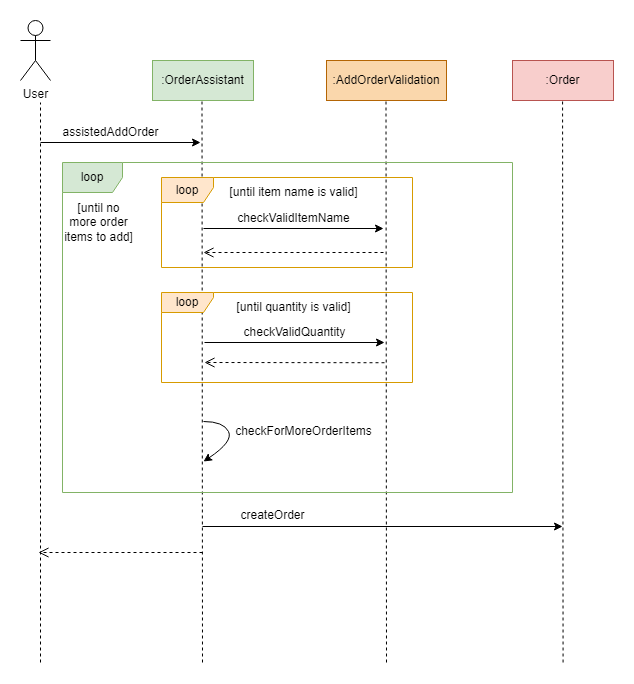
This is docs/images/developersGuide/AssistedAddOrder.png from yuanners/tp, a draw.io export, as it was before one commit. Source tidied: cells renumbered, new cells last; positions are measured from the earlier drawing's top-left corner, leaving out a move shared by most shapes. The source it was exported from:
```xml
<mxGraphModel>
  <root>
    <mxCell id="0" />
    <mxCell id="1" parent="0" />
    <mxCell id="2" value="User&lt;br&gt;" style="shape=umlActor;verticalLabelPosition=bottom;verticalAlign=top;html=1;" parent="1" vertex="1">
      <mxGeometry width="30" height="60" as="geometry" />
    </mxCell>
    <mxCell id="3" style="endArrow=none;dashed=1;html=1;rounded=0;" parent="1" edge="1">
      <mxGeometry relative="1" as="geometry">
        <mxPoint x="20" y="642" as="sourcePoint" />
        <mxPoint x="20" y="82" as="targetPoint" />
      </mxGeometry>
    </mxCell>
    <mxCell id="4" style="endArrow=classic;html=1;rounded=0;" parent="1" edge="1">
      <mxGeometry relative="1" as="geometry">
        <mxPoint x="20" y="122" as="sourcePoint" />
        <mxPoint x="180" y="122" as="targetPoint" />
      </mxGeometry>
    </mxCell>
    <mxCell id="5" value="assistedAddOrder" style="text;html=1;align=center;verticalAlign=middle;strokeColor=none;fillColor=none;" parent="1" vertex="1">
      <mxGeometry x="30" y="97" width="120" height="30" as="geometry" />
    </mxCell>
    <mxCell id="6" value=":OrderAssistant" style="rounded=0;whiteSpace=wrap;html=1;fillColor=#d5e8d4;strokeColor=#82b366;" parent="1" vertex="1">
      <mxGeometry x="132" y="40" width="101" height="40" as="geometry" />
    </mxCell>
    <mxCell id="7" style="endArrow=none;dashed=1;html=1;rounded=0;" parent="1" edge="1">
      <mxGeometry relative="1" as="geometry">
        <mxPoint x="182" y="642" as="sourcePoint" />
        <mxPoint x="181.5" y="80" as="targetPoint" />
      </mxGeometry>
    </mxCell>
    <mxCell id="8" value=":AddOrderValidation" style="rounded=0;whiteSpace=wrap;html=1;fillColor=#fad7ac;strokeColor=#b46504;" parent="1" vertex="1">
      <mxGeometry x="306" y="40" width="120" height="40" as="geometry" />
    </mxCell>
    <mxCell id="9" style="endArrow=none;dashed=1;html=1;rounded=0;" parent="1" edge="1">
      <mxGeometry relative="1" as="geometry">
        <mxPoint x="366" y="642" as="sourcePoint" />
        <mxPoint x="365.5" y="80" as="targetPoint" />
      </mxGeometry>
    </mxCell>
    <mxCell id="10" style="endArrow=classic;html=1;rounded=0;" parent="1" edge="1">
      <mxGeometry relative="1" as="geometry">
        <mxPoint x="183" y="208" as="sourcePoint" />
        <mxPoint x="363" y="208" as="targetPoint" />
      </mxGeometry>
    </mxCell>
    <mxCell id="11" value="checkValidItemName" style="text;html=1;align=center;verticalAlign=middle;strokeColor=none;fillColor=none;" parent="1" vertex="1">
      <mxGeometry x="203" y="183" width="140" height="30" as="geometry" />
    </mxCell>
    <mxCell id="12" style="endArrow=classic;html=1;rounded=0;" parent="1" edge="1">
      <mxGeometry relative="1" as="geometry">
        <mxPoint x="184" y="322" as="sourcePoint" />
        <mxPoint x="364" y="322" as="targetPoint" />
      </mxGeometry>
    </mxCell>
    <mxCell id="13" value="checkValidQuantity" style="text;html=1;align=center;verticalAlign=middle;strokeColor=none;fillColor=none;" parent="1" vertex="1">
      <mxGeometry x="209" y="297" width="130" height="30" as="geometry" />
    </mxCell>
    <mxCell id="14" style="curved=1;endArrow=classic;html=1;rounded=0;" parent="1" edge="1">
      <mxGeometry relative="1" as="geometry">
        <mxPoint x="183" y="401" as="sourcePoint" />
        <mxPoint x="183" y="441" as="targetPoint" />
        <Array as="points">
          <mxPoint x="203" y="401" />
          <mxPoint x="213" y="421" />
        </Array>
      </mxGeometry>
    </mxCell>
    <mxCell id="15" value="checkForMoreOrderItems" style="text;html=1;align=center;verticalAlign=middle;strokeColor=none;fillColor=none;" parent="1" vertex="1">
      <mxGeometry x="203" y="396" width="160" height="30" as="geometry" />
    </mxCell>
    <mxCell id="16" value="loop" style="shape=umlFrame;whiteSpace=wrap;html=1;fillColor=#d5e8d4;strokeColor=#82b366;" parent="1" vertex="1">
      <mxGeometry x="42" y="142" width="450" height="330" as="geometry" />
    </mxCell>
    <mxCell id="17" value="[until no &lt;br&gt;more order &lt;br&gt;items to add]" style="text;html=1;align=center;verticalAlign=middle;strokeColor=none;fillColor=none;" parent="1" vertex="1">
      <mxGeometry x="33" y="172" width="90" height="60" as="geometry" />
    </mxCell>
    <mxCell id="18" value="loop" style="shape=umlFrame;whiteSpace=wrap;html=1;width=52;height=25;fillColor=#ffe6cc;strokeColor=#d79b00;" parent="1" vertex="1">
      <mxGeometry x="141" y="157" width="251" height="90" as="geometry" />
    </mxCell>
    <mxCell id="19" value="[until item name is valid]" style="text;html=1;align=center;verticalAlign=middle;strokeColor=none;fillColor=none;" parent="1" vertex="1">
      <mxGeometry x="198" y="157" width="150" height="30" as="geometry" />
    </mxCell>
    <mxCell id="20" value="loop" style="shape=umlFrame;whiteSpace=wrap;html=1;width=52;height=20;fillColor=#ffe6cc;strokeColor=#d79b00;" parent="1" vertex="1">
      <mxGeometry x="141" y="272" width="251" height="90" as="geometry" />
    </mxCell>
    <mxCell id="21" value="[until quantity is valid]" style="text;html=1;align=center;verticalAlign=middle;strokeColor=none;fillColor=none;" parent="1" vertex="1">
      <mxGeometry x="203" y="272" width="140" height="30" as="geometry" />
    </mxCell>
    <mxCell id="22" style="html=1;verticalAlign=bottom;endArrow=open;dashed=1;endSize=8;edgeStyle=elbowEdgeStyle;elbow=vertical;curved=0;rounded=0;" parent="1" edge="1">
      <mxGeometry relative="1" as="geometry">
        <mxPoint x="363" y="232" as="sourcePoint" />
        <mxPoint x="183" y="232" as="targetPoint" />
      </mxGeometry>
    </mxCell>
    <mxCell id="23" style="html=1;verticalAlign=bottom;endArrow=open;dashed=1;endSize=8;edgeStyle=elbowEdgeStyle;elbow=vertical;curved=0;rounded=0;" parent="1" edge="1">
      <mxGeometry relative="1" as="geometry">
        <mxPoint x="364" y="342.2" as="sourcePoint" />
        <mxPoint x="184" y="342.2" as="targetPoint" />
      </mxGeometry>
    </mxCell>
    <mxCell id="24" value=":Order" style="rounded=0;whiteSpace=wrap;html=1;fillColor=#f8cecc;strokeColor=#b85450;" parent="1" vertex="1">
      <mxGeometry x="492" y="40" width="101" height="40" as="geometry" />
    </mxCell>
    <mxCell id="25" style="endArrow=none;dashed=1;html=1;rounded=0;" parent="1" edge="1">
      <mxGeometry relative="1" as="geometry">
        <mxPoint x="542.6" y="642" as="sourcePoint" />
        <mxPoint x="542.1" y="80" as="targetPoint" />
      </mxGeometry>
    </mxCell>
    <mxCell id="26" style="endArrow=classic;html=1;rounded=0;" parent="1" edge="1">
      <mxGeometry relative="1" as="geometry">
        <mxPoint x="182" y="506" as="sourcePoint" />
        <mxPoint x="542" y="506" as="targetPoint" />
      </mxGeometry>
    </mxCell>
    <mxCell id="27" value="createOrder" style="text;html=1;align=center;verticalAlign=middle;strokeColor=none;fillColor=none;" parent="1" vertex="1">
      <mxGeometry x="207" y="480" width="90" height="30" as="geometry" />
    </mxCell>
    <mxCell id="28" style="html=1;verticalAlign=bottom;endArrow=open;dashed=1;endSize=8;edgeStyle=elbowEdgeStyle;elbow=vertical;curved=0;rounded=0;" parent="1" edge="1">
      <mxGeometry relative="1" as="geometry">
        <mxPoint x="182" y="532" as="sourcePoint" />
        <mxPoint x="18" y="532" as="targetPoint" />
      </mxGeometry>
    </mxCell>
  </root>
</mxGraphModel>
```
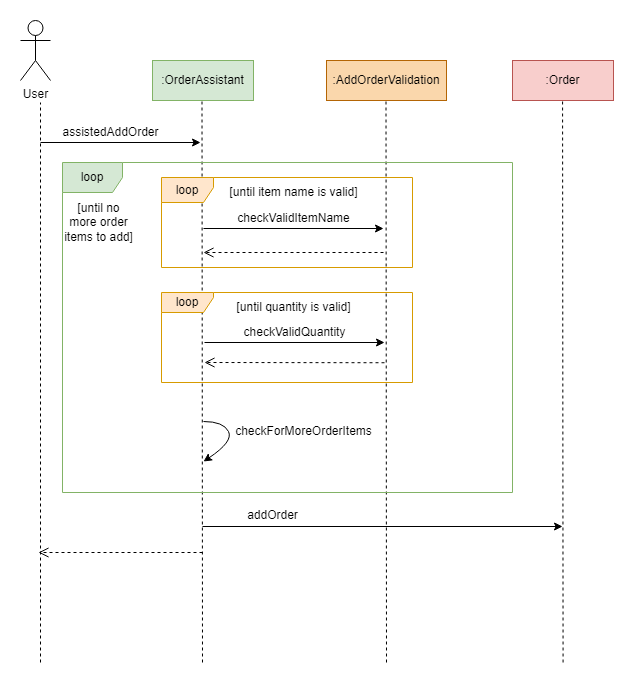
After the change.

What changed in the source:
```diff
@@ -114,8 +114,8 @@
         <mxPoint x="542" y="506" as="targetPoint" />
       </mxGeometry>
     </mxCell>
-    <mxCell id="27" value="createOrder" style="text;html=1;align=center;verticalAlign=middle;strokeColor=none;fillColor=none;" parent="1" vertex="1">
-      <mxGeometry x="207" y="480" width="90" height="30" as="geometry" />
+    <mxCell id="27" value="addOrder" style="text;html=1;align=center;verticalAlign=middle;strokeColor=none;fillColor=none;" parent="1" vertex="1">
+      <mxGeometry x="217" y="480" width="70" height="30" as="geometry" />
     </mxCell>
     <mxCell id="28" style="html=1;verticalAlign=bottom;endArrow=open;dashed=1;endSize=8;edgeStyle=elbowEdgeStyle;elbow=vertical;curved=0;rounded=0;" parent="1" edge="1">
       <mxGeometry relative="1" as="geometry">
```
